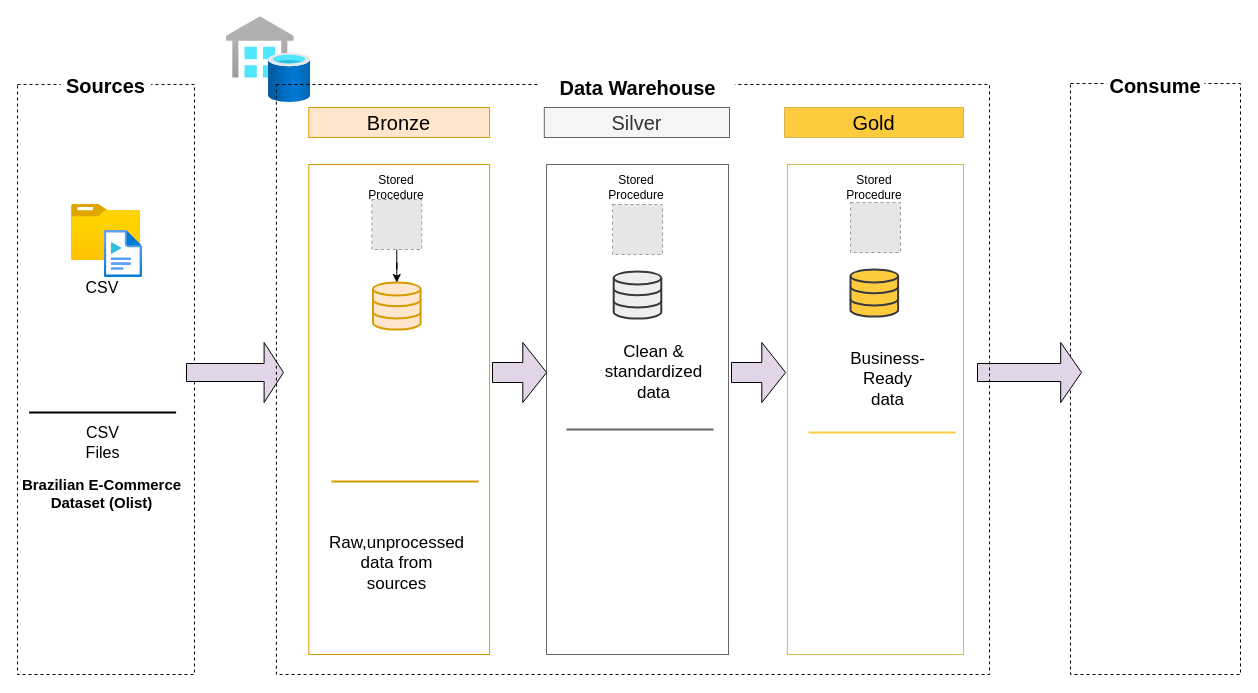
The draw.io diagram Diagram/Untitled Diagram.drawio in seyedmojtabahosseini/Data_Folder, before the edit. Source tidied: cells renumbered, new cells numbered last; positions are measured from the earlier drawing's top-left corner, leaving out a move shared by most shapes. Both pictures are drawn from the tidied source at 100%, with x=0, y=0 at pixel (17, 16). Pictures stored in the file or linked from it are replaced by grey dashed boxes.
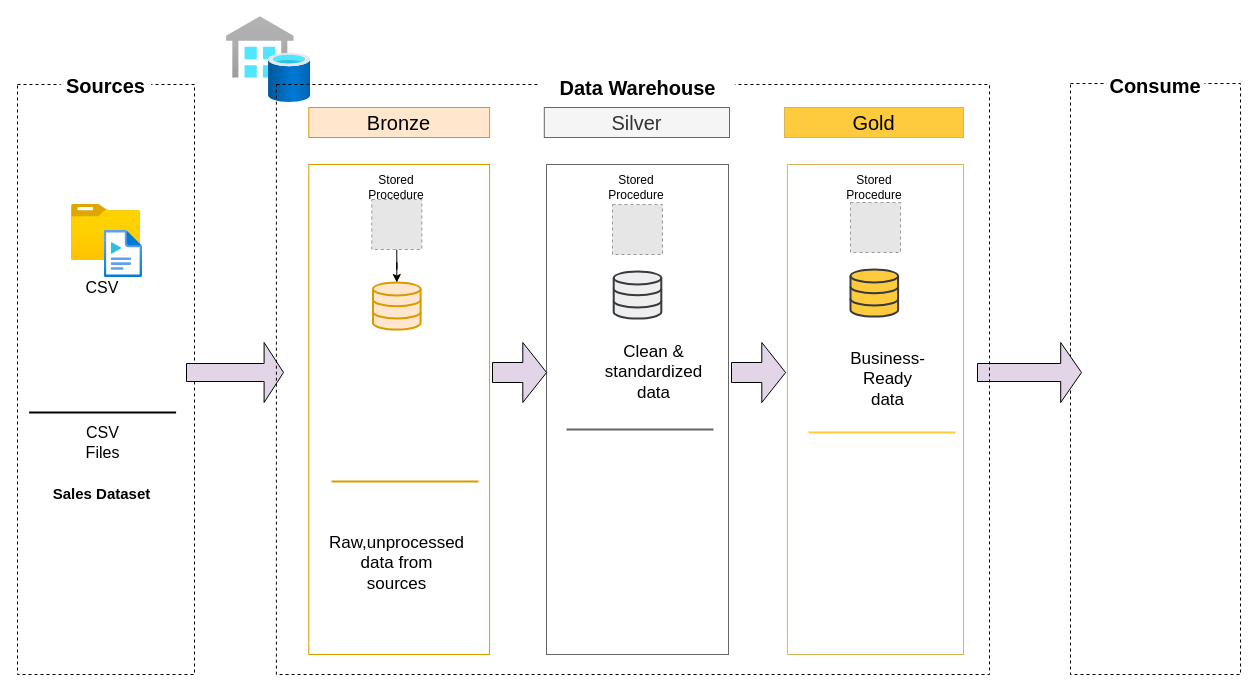
Above is the later version.

Diff of the diagram source:
```diff
@@
-    <mxCell id="13" value="&lt;strong style=&quot;text-align: start;&quot;&gt;Brazilian E-Commerce Dataset (Olist)&lt;/strong&gt;" style="text;html=1;whiteSpace=wrap;strokeColor=none;fillColor=none;align=center;verticalAlign=middle;rounded=0;fontSize=15;" parent="1" vertex="1">
+    <mxCell id="13" value="&lt;strong style=&quot;text-align: start;&quot;&gt;Sales Dataset&lt;/strong&gt;" style="text;html=1;whiteSpace=wrap;strokeColor=none;fillColor=none;align=center;verticalAlign=middle;rounded=0;fontSize=15;" parent="1" vertex="1">
       <mxGeometry x="2.2" y="462" width="165" height="30" as="geometry" />
     </mxCell>
```
